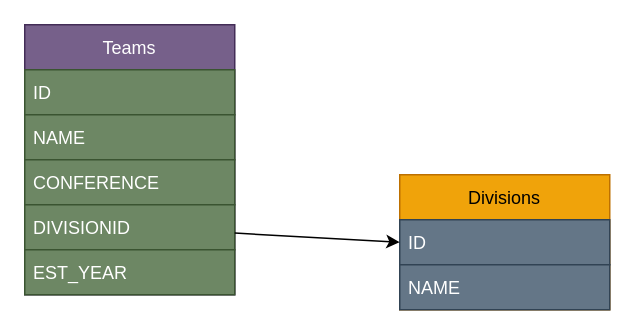
Before: page "TEAMS" (4 of 8) of dbschema.dio in SergeyBibikov/api-for-tests, a draw.io diagram. Source tidied: cells renumbered, new cells numbered last; positions are measured from the earlier drawing's top-left corner, leaving out a move shared by most shapes. Both pictures are drawn from the tidied source at 150%, with x=0, y=0 at pixel (24, 24).
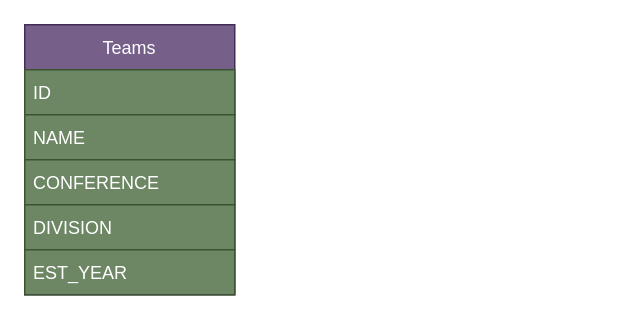
After the change.

Commit message (it also covers changes not shown here):
schema and impl description

Change to the diagram source:
```diff
@@
 <mxGraphModel>
   <root>
     <mxCell id="0" />
     <mxCell id="1" parent="0" />
     <mxCell id="2" value="Teams" style="swimlane;fontStyle=0;horizontal=1;startSize=30;fillColor=#76608a;strokeColor=#432D57;fontColor=#ffffff;" parent="1" vertex="1">
       <mxGeometry width="140" height="180" as="geometry" />
     </mxCell>
     <mxCell id="3" value="ID" style="text;strokeColor=#3A5431;fillColor=#6d8764;align=left;verticalAlign=middle;spacingLeft=4;spacingRight=4;overflow=hidden;fontColor=#ffffff;" parent="2" vertex="1">
       <mxGeometry y="30" width="140" height="30" as="geometry" />
     </mxCell>
     <mxCell id="4" value="NAME" style="text;strokeColor=#3A5431;fillColor=#6d8764;align=left;verticalAlign=middle;spacingLeft=4;spacingRight=4;overflow=hidden;fontColor=#ffffff;" parent="2" vertex="1">
       <mxGeometry y="60" width="140" height="30" as="geometry" />
     </mxCell>
     <mxCell id="5" value="CONFERENCE" style="text;strokeColor=#3A5431;fillColor=#6d8764;align=left;verticalAlign=middle;spacingLeft=4;spacingRight=4;overflow=hidden;fontColor=#ffffff;" parent="2" vertex="1">
       <mxGeometry y="90" width="140" height="30" as="geometry" />
     </mxCell>
-    <mxCell id="6" value="DIVISIONID" style="text;strokeColor=#3A5431;fillColor=#6d8764;align=left;verticalAlign=middle;spacingLeft=4;spacingRight=4;overflow=hidden;points=[[0,0.5],[1,0.5]];portConstraint=eastwest;fontColor=#ffffff;" parent="2" vertex="1">
+    <mxCell id="6" value="DIVISION" style="text;strokeColor=#3A5431;fillColor=#6d8764;align=left;verticalAlign=middle;spacingLeft=4;spacingRight=4;overflow=hidden;points=[[0,0.5],[1,0.5]];portConstraint=eastwest;fontColor=#ffffff;" parent="2" vertex="1">
       <mxGeometry y="120" width="140" height="30" as="geometry" />
     </mxCell>
     <mxCell id="7" value="EST_YEAR" style="text;strokeColor=#3A5431;fillColor=#6d8764;align=left;verticalAlign=middle;spacingLeft=4;spacingRight=4;overflow=hidden;fontColor=#ffffff;" parent="2" vertex="1">
       <mxGeometry y="150" width="140" height="30" as="geometry" />
     </mxCell>
-    <mxCell id="8" value="Divisions" style="swimlane;fontStyle=0;horizontal=1;startSize=30;fontColor=#000000;fillColor=#f0a30a;strokeColor=#BD7000;" parent="1" vertex="1">
-      <mxGeometry x="250" y="100" width="140" height="90" as="geometry" />
-    </mxCell>
-    <mxCell id="9" value="ID" style="text;strokeColor=#314354;fillColor=#647687;align=left;verticalAlign=middle;spacingLeft=4;spacingRight=4;overflow=hidden;points=[[0,0.5],[1,0.5]];portConstraint=eastwest;fontColor=#ffffff;" parent="8" vertex="1">
-      <mxGeometry y="30" width="140" height="30" as="geometry" />
-    </mxCell>
-    <mxCell id="10" value="NAME" style="text;strokeColor=#314354;fillColor=#647687;align=left;verticalAlign=middle;spacingLeft=4;spacingRight=4;overflow=hidden;fontColor=#ffffff;" parent="8" vertex="1">
-      <mxGeometry y="60" width="140" height="30" as="geometry" />
-    </mxCell>
-    <mxCell id="11" style="edgeStyle=none;html=1;fontColor=#FFFFFF;entryX=0;entryY=0.5;entryDx=0;entryDy=0;" parent="1" edge="1" source="6" target="9">
-      <mxGeometry relative="1" as="geometry" />
-    </mxCell>
   </root>
 </mxGraphModel>
```
